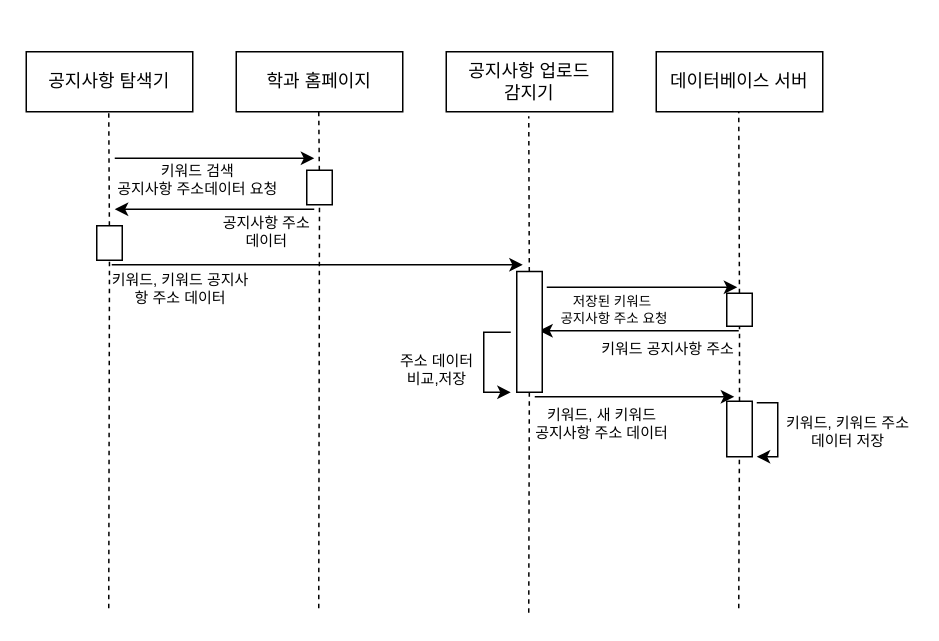
The draw.io diagram 기숙사 공지사항.drawio in seongjin17/test, before the edit. Source tidied: cells renumbered, new cells numbered last; positions are measured from the earlier drawing's top-left corner, leaving out a move shared by most shapes. Both pictures are drawn from the tidied source at 150%, with x=0, y=0 at pixel (26, 51).
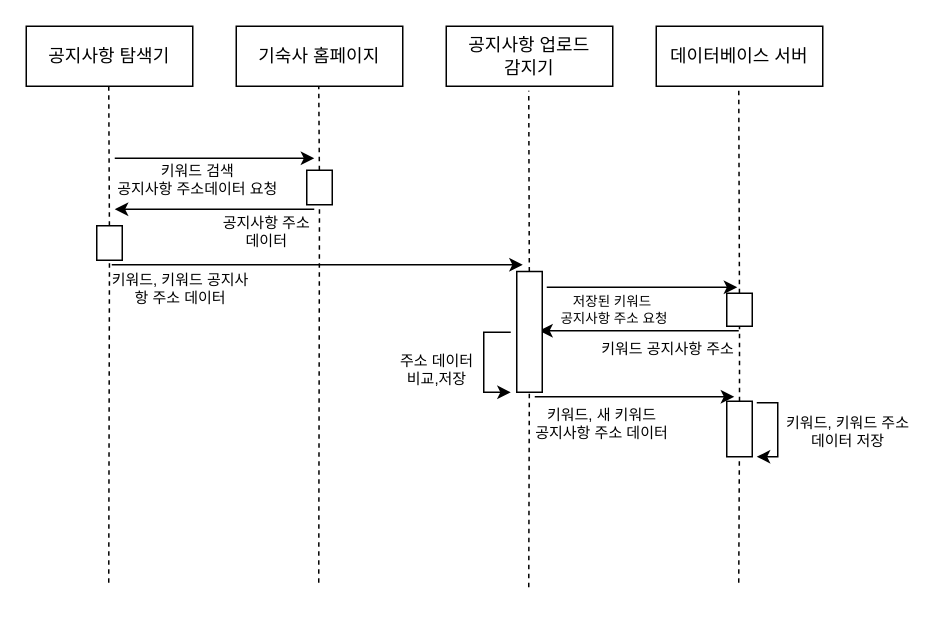
The same diagram, later.

Commit message:
Update 기숙사 공지사항.drawio

The change refers to these unchanged cells:
```xml
<mxCell id="16" style="rounded=0;whiteSpace=wrap;html=1;" parent="1" vertex="1">
  <mxGeometry x="187" y="79" width="17" height="23" as="geometry" />
</mxCell>
<mxCell id="20" style="rounded=0;whiteSpace=wrap;html=1;" parent="1" vertex="1">
  <mxGeometry x="47" y="116" width="17" height="23" as="geometry" />
</mxCell>
<mxCell id="23" style="rounded=0;whiteSpace=wrap;html=1;" parent="1" vertex="1">
  <mxGeometry x="467" y="161" width="17" height="22" as="geometry" />
</mxCell>
<mxCell id="25" style="rounded=0;whiteSpace=wrap;html=1;" parent="1" vertex="1">
  <mxGeometry x="327" y="146.5" width="17" height="80.5" as="geometry" />
</mxCell>
<mxCell id="31" style="rounded=0;whiteSpace=wrap;html=1;" parent="1" vertex="1">
  <mxGeometry x="467" y="233" width="17" height="37" as="geometry" />
</mxCell>
```

Change to the diagram source:
```diff
@@
     <mxCell id="2" value="공지사항 탐색기" style="rounded=0;whiteSpace=wrap;html=1;" parent="1" vertex="1">
-      <mxGeometry width="111" height="40" as="geometry" />
+      <mxGeometry y="-17" width="111" height="40" as="geometry" />
     </mxCell>
     <mxCell id="3" value="데이터베이스 서버" style="rounded=0;whiteSpace=wrap;html=1;" parent="1" vertex="1">
-      <mxGeometry x="420" width="111" height="40" as="geometry" />
+      <mxGeometry x="420" y="-17" width="111" height="40" as="geometry" />
     </mxCell>
     <mxCell id="4" value="공지사항 업로드&lt;br&gt;감지기" style="rounded=0;whiteSpace=wrap;html=1;" parent="1" vertex="1">
-      <mxGeometry x="280" width="111" height="40" as="geometry" />
+      <mxGeometry x="280" y="-17" width="111" height="40" as="geometry" />
     </mxCell>
-    <mxCell id="5" value="학과 홈페이지" style="rounded=0;whiteSpace=wrap;html=1;" parent="1" vertex="1">
-      <mxGeometry x="140" width="111" height="40" as="geometry" />
+    <mxCell id="5" value="기숙사 홈페이지" style="rounded=0;whiteSpace=wrap;html=1;" parent="1" vertex="1">
+      <mxGeometry x="140" y="-17" width="111" height="40" as="geometry" />
     </mxCell>
     <mxCell id="6" style="endArrow=none;dashed=1;html=1;rounded=0;startArrow=none;" parent="1" edge="1" source="23">
       <mxGeometry relative="1" as="geometry">
-        <mxPoint x="475" y="40" as="targetPoint" />
+        <mxPoint x="475" y="23" as="targetPoint" />
       </mxGeometry>
     </mxCell>
     <mxCell id="7" style="endArrow=none;dashed=1;html=1;rounded=0;startArrow=none;" parent="1" edge="1" source="25">
       <mxGeometry relative="1" as="geometry">
-        <mxPoint x="335" y="43" as="targetPoint" />
+        <mxPoint x="335" y="26" as="targetPoint" />
       </mxGeometry>
     </mxCell>
     <mxCell id="8" style="endArrow=none;dashed=1;html=1;rounded=0;startArrow=none;" parent="1" edge="1" source="16">
       <mxGeometry relative="1" as="geometry">
-        <mxPoint x="195" y="40" as="targetPoint" />
+        <mxPoint x="195" y="23" as="targetPoint" />
       </mxGeometry>
     </mxCell>
     <mxCell id="9" style="endArrow=none;dashed=1;html=1;rounded=0;startArrow=none;" parent="1" edge="1" source="20">
       <mxGeometry relative="1" as="geometry">
-        <mxPoint x="55" y="40" as="targetPoint" />
+        <mxPoint x="55" y="23" as="targetPoint" />
       </mxGeometry>
     </mxCell>
@@
     <mxCell id="17" style="endArrow=none;dashed=1;html=1;rounded=0;" parent="1" edge="1" target="16">
       <mxGeometry relative="1" as="geometry">
-        <mxPoint x="195" y="371" as="sourcePoint" />
+        <mxPoint x="195" y="354" as="sourcePoint" />
       </mxGeometry>
     </mxCell>
@@
     <mxCell id="21" style="endArrow=none;dashed=1;html=1;rounded=0;" parent="1" edge="1" target="20">
       <mxGeometry relative="1" as="geometry">
-        <mxPoint x="55" y="371" as="sourcePoint" />
+        <mxPoint x="55" y="354" as="sourcePoint" />
       </mxGeometry>
     </mxCell>
@@
     <mxCell id="26" style="endArrow=none;dashed=1;html=1;rounded=0;" parent="1" edge="1" target="25">
       <mxGeometry relative="1" as="geometry">
-        <mxPoint x="335" y="374" as="sourcePoint" />
+        <mxPoint x="335" y="357" as="sourcePoint" />
       </mxGeometry>
     </mxCell>
@@
     <mxCell id="32" style="endArrow=none;dashed=1;html=1;rounded=0;" parent="1" edge="1" target="31">
       <mxGeometry relative="1" as="geometry">
-        <mxPoint x="475" y="371" as="sourcePoint" />
+        <mxPoint x="475" y="354" as="sourcePoint" />
       </mxGeometry>
     </mxCell>
```
